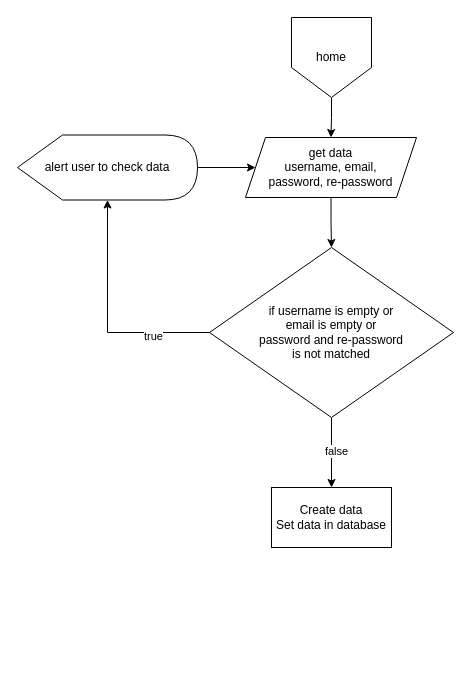
Earlier version of the draw.io diagram page "register" (2 of 4) of diagrams/program.drawio (University-Bangkok-JW/cs497-project). Source tidied: cells renumbered, new cells numbered last; positions are measured from the earlier drawing's top-left corner, leaving out a move shared by most shapes. Both pictures are drawn from the tidied source at 100%, with x=0, y=0 at pixel (17, 17).
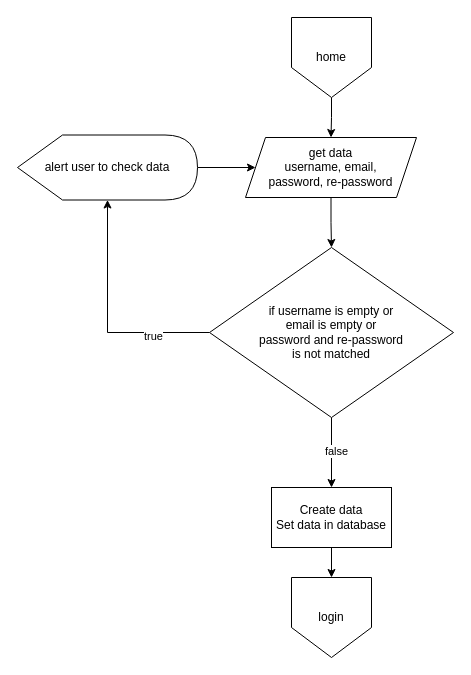
Above is the later version.

Commit message:
[register] Create flow line to login page

Change to the diagram source:
```diff
@@
 <mxGraphModel>
   <root>
     <mxCell id="0" />
     <mxCell id="1" parent="0" />
     <mxCell id="2" style="edgeStyle=orthogonalEdgeStyle;rounded=0;jettySize=auto;html=1;" parent="1" edge="1" source="3" target="5">
       <mxGeometry relative="1" as="geometry" />
     </mxCell>
     <mxCell id="3" value="home" style="shape=offPageConnector;whiteSpace=wrap;html=1;" parent="1" vertex="1">
       <mxGeometry x="274" width="80" height="80" as="geometry" />
     </mxCell>
     <mxCell id="4" style="edgeStyle=orthogonalEdgeStyle;rounded=0;jettySize=auto;html=1;" parent="1" edge="1" source="5" target="11">
       <mxGeometry relative="1" as="geometry" />
     </mxCell>
     <mxCell id="5" value="get data&lt;div&gt;username, email,&lt;/div&gt;&lt;div&gt;&lt;span style=&quot;background-color: initial;&quot;&gt;password, re-password&lt;/span&gt;&lt;/div&gt;" style="shape=parallelogram;perimeter=parallelogramPerimeter;whiteSpace=wrap;html=1;fixedSize=1;" parent="1" vertex="1">
       <mxGeometry x="228" y="120" width="171" height="60" as="geometry" />
     </mxCell>
+    <mxCell id="14" style="edgeStyle=orthogonalEdgeStyle;rounded=0;jettySize=auto;html=1;" parent="1" edge="1" source="6" target="15">
+      <mxGeometry relative="1" as="geometry" />
+    </mxCell>
     <mxCell id="6" value="Create data&lt;div&gt;Set data in database&lt;/div&gt;" style="rounded=0;whiteSpace=wrap;html=1;" parent="1" vertex="1">
       <mxGeometry x="254" y="470" width="120" height="60" as="geometry" />
     </mxCell>
     <mxCell id="7" style="edgeStyle=orthogonalEdgeStyle;rounded=0;jettySize=auto;html=1;" parent="1" edge="1" source="11" target="13">
       <mxGeometry relative="1" as="geometry" />
     </mxCell>
     <mxCell id="8" value="true" style="edgeLabel;html=1;align=center;verticalAlign=middle;" parent="7" vertex="1">
       <mxGeometry x="-0.51" y="3" relative="1" as="geometry" />
     </mxCell>
     <mxCell id="9" style="edgeStyle=orthogonalEdgeStyle;rounded=0;jettySize=auto;html=1;" parent="1" edge="1" source="11" target="6">
       <mxGeometry relative="1" as="geometry" />
     </mxCell>
     <mxCell id="10" value="false" style="edgeLabel;html=1;align=center;verticalAlign=middle;" parent="9" vertex="1">
       <mxGeometry x="-0.06" y="4" relative="1" as="geometry" />
     </mxCell>
     <mxCell id="11" value="if username is empty or&lt;div&gt;email is empty&amp;nbsp;&lt;span style=&quot;background-color: initial;&quot;&gt;or&lt;/span&gt;&lt;/div&gt;&lt;div&gt;&lt;span style=&quot;background-color: initial;&quot;&gt;password and re-password&lt;/span&gt;&lt;/div&gt;&lt;div&gt;&lt;span style=&quot;background-color: initial;&quot;&gt;is not matched&lt;br&gt;&lt;/span&gt;&lt;/div&gt;" style="rhombus;whiteSpace=wrap;html=1;" parent="1" vertex="1">
       <mxGeometry x="192" y="230" width="244" height="170" as="geometry" />
     </mxCell>
     <mxCell id="12" style="edgeStyle=orthogonalEdgeStyle;rounded=0;jettySize=auto;html=1;" parent="1" edge="1" source="13" target="5">
       <mxGeometry relative="1" as="geometry" />
     </mxCell>
     <mxCell id="13" value="alert user to check data" style="shape=display;whiteSpace=wrap;html=1;" parent="1" vertex="1">
       <mxGeometry y="117.5" width="180" height="65" as="geometry" />
     </mxCell>
+    <mxCell id="15" value="login" style="shape=offPageConnector;whiteSpace=wrap;html=1;" parent="1" vertex="1">
+      <mxGeometry x="274" y="560" width="80" height="80" as="geometry" />
+    </mxCell>
   </root>
 </mxGraphModel>
```
